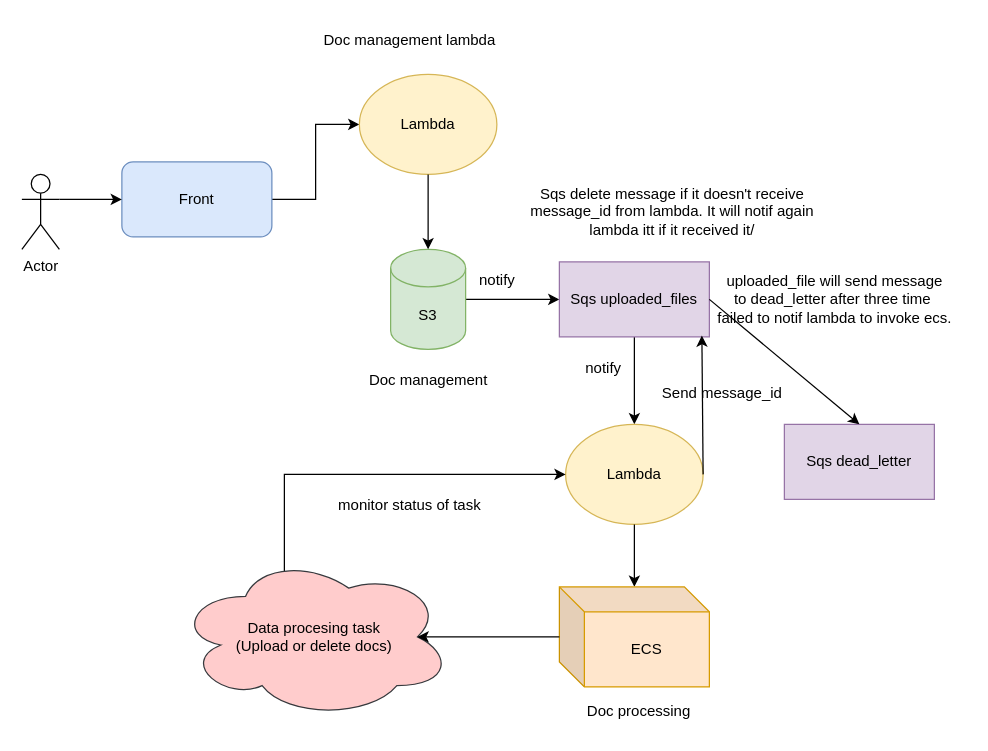
Above: page "Page-1" (1 of 2) of Diagramme sans nom.drawio in Uhouhzam/workflow (draw.io), before the change. Source tidied: cells renumbered, new cells numbered last; positions are measured from the earlier drawing's top-left corner, leaving out a move shared by most shapes. Both pictures are drawn from the tidied source at 125%, with x=0, y=0 at pixel (21, 21).
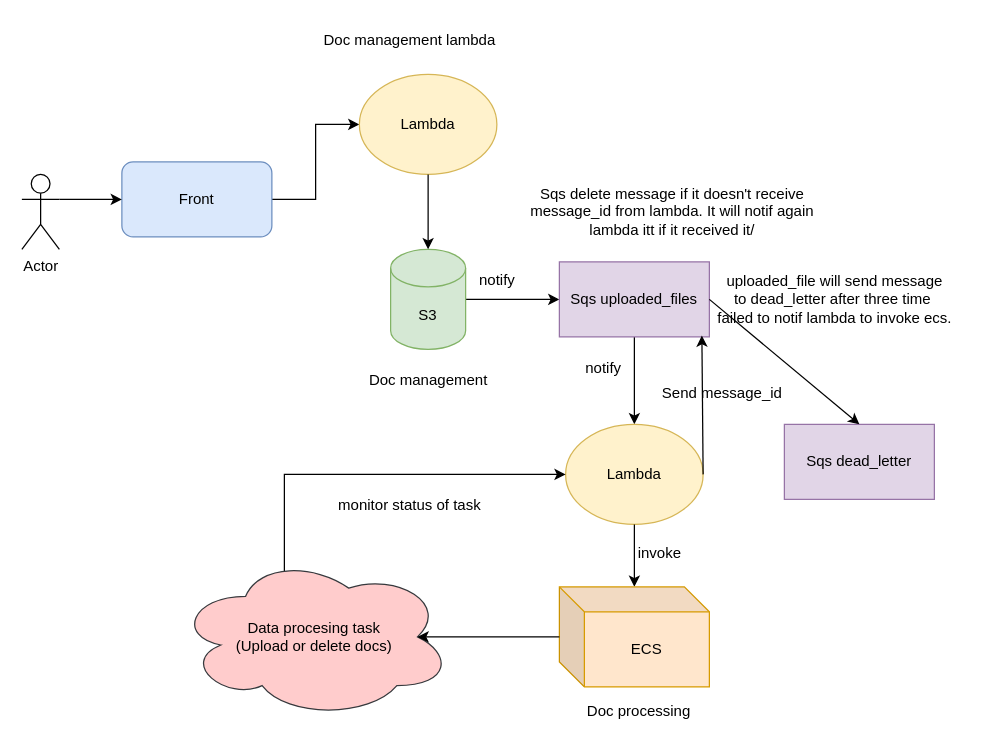
The same diagram, later.

Commit message:
Mettre à jour Diagramme_sqs.drawio

The edit, as a diff of the source:
```diff
@@
+    <mxCell id="30" value="invoke" style="text;html=1;align=center;verticalAlign=middle;strokeColor=none;fillColor=none;" parent="1" vertex="1">
+      <mxGeometry x="480" y="410" width="60" height="30" as="geometry" />
+    </mxCell>
```
